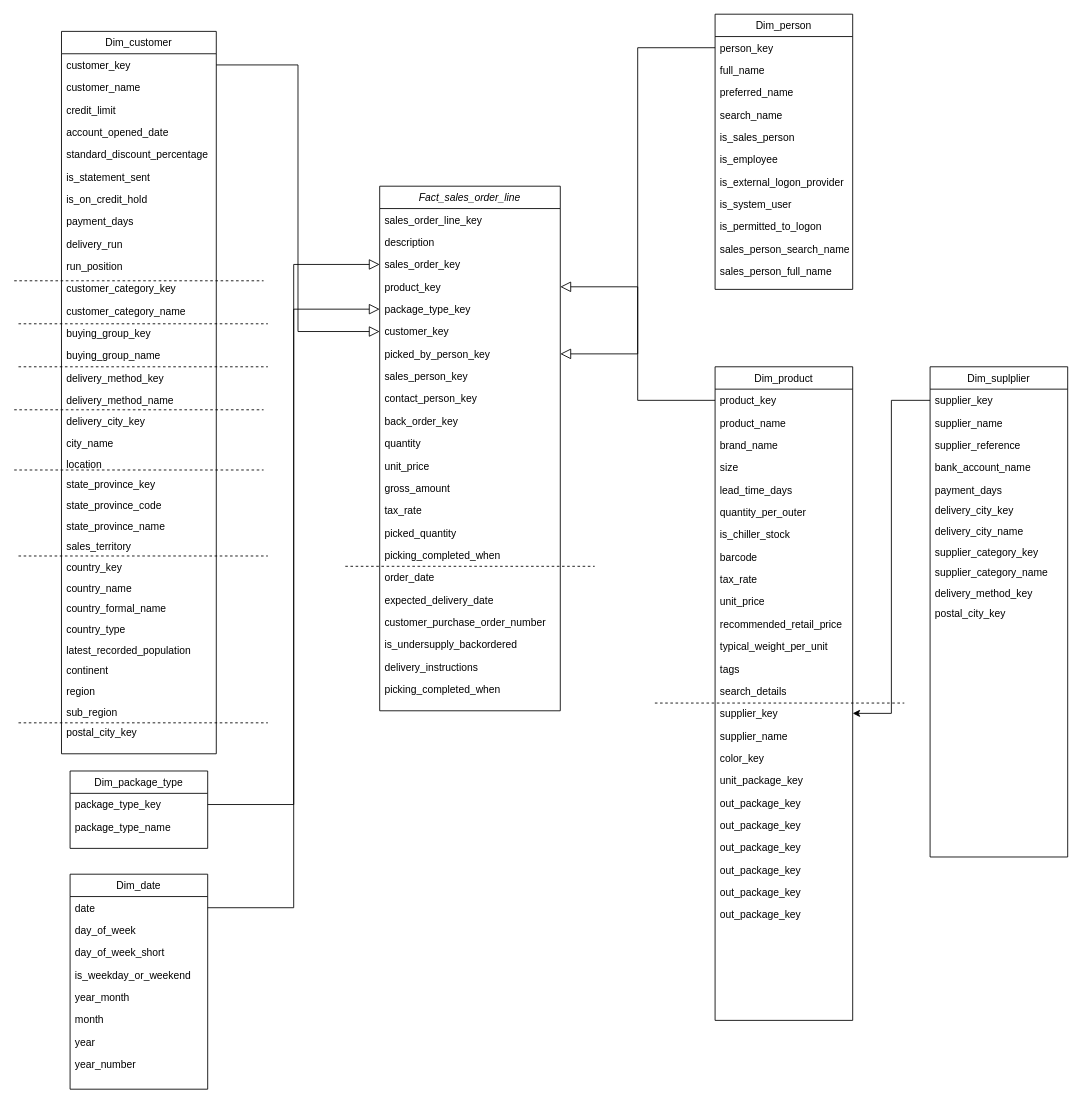
Before: Untitled Diagram.drawio in DucTran3110/data_warehouse_course, a draw.io diagram. Source tidied: cells renumbered, new cells numbered last; positions are measured from the earlier drawing's top-left corner, leaving out a move shared by most shapes. Both pictures are drawn from the tidied source at 86%, with x=0, y=0 at pixel (14, 14).
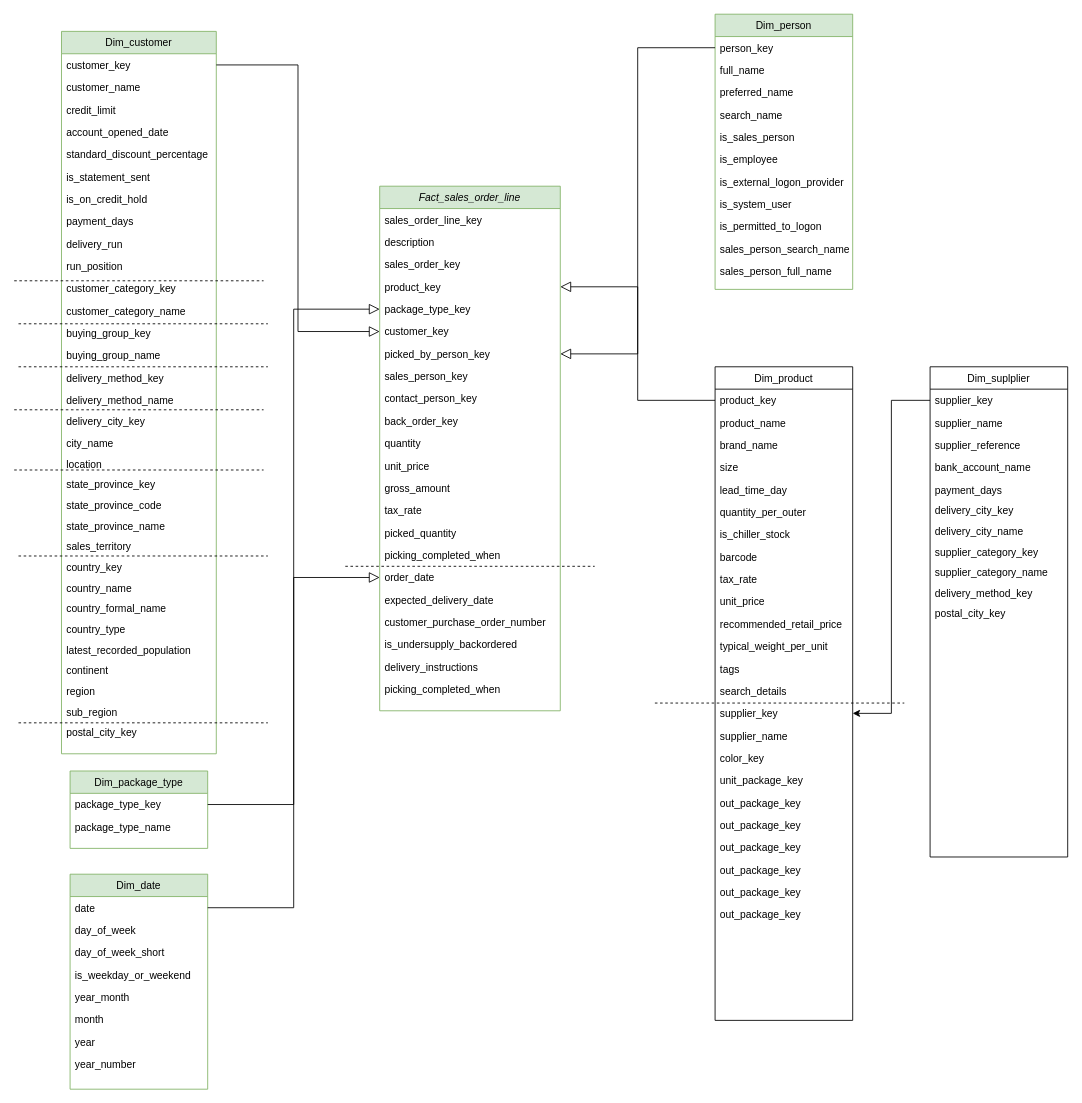
The same page after the edit.

Unchanged cells that the change refers to:
```xml
<mxCell id="5" value="sales_order_key" style="text;align=left;verticalAlign=top;spacingLeft=4;spacingRight=4;overflow=hidden;points=[[0,0.5],[1,0.5]];portConstraint=eastwest;rounded=0;shadow=0;html=0;" parent="2" vertex="1">
  <mxGeometry y="78" width="210" height="26" as="geometry" />
</mxCell>
<mxCell id="20" value="order_date" style="text;align=left;verticalAlign=top;spacingLeft=4;spacingRight=4;overflow=hidden;points=[[0,0.5],[1,0.5]];portConstraint=eastwest;rounded=0;shadow=0;html=0;" parent="2" vertex="1">
  <mxGeometry y="442" width="210" height="26" as="geometry" />
</mxCell>
<mxCell id="73" value="Dim_product" style="swimlane;fontStyle=0;align=center;verticalAlign=top;horizontal=1;startSize=26;rounded=0;shadow=0;strokeWidth=1;glass=0;sketch=0;" parent="1" vertex="1">
  <mxGeometry x="815" y="410" width="160" height="760" as="geometry" />
</mxCell>
<mxCell id="113" value="date" style="text;align=left;verticalAlign=top;spacingLeft=4;spacingRight=4;overflow=hidden;points=[[0,0.5],[1,0.5]];portConstraint=eastwest;" parent="112" vertex="1">
  <mxGeometry y="26" width="160" height="26" as="geometry" />
</mxCell>
```

Diff of the diagram source:
```diff
@@
-    <mxCell id="2" value="Fact_sales_order_line" style="swimlane;fontStyle=2;align=center;verticalAlign=top;horizontal=1;startSize=26;rounded=0;shadow=0;strokeWidth=1;swimlaneLine=1;" parent="1" vertex="1">
+    <mxCell id="2" value="Fact_sales_order_line" style="swimlane;fontStyle=2;align=center;verticalAlign=top;horizontal=1;startSize=26;rounded=0;shadow=0;strokeWidth=1;swimlaneLine=1;fillColor=#d5e8d4;strokeColor=#82b366;" parent="1" vertex="1">
       <mxGeometry x="425" y="200" width="210" height="610" as="geometry" />
     </mxCell>
@@
-    <mxCell id="26" value="Dim_customer" style="swimlane;fontStyle=0;align=center;verticalAlign=top;horizontal=1;startSize=26;rounded=0;shadow=0;strokeWidth=1;" parent="1" vertex="1">
+    <mxCell id="26" value="Dim_customer" style="swimlane;fontStyle=0;align=center;verticalAlign=top;horizontal=1;startSize=26;rounded=0;shadow=0;strokeWidth=1;fillColor=#d5e8d4;strokeColor=#82b366;" parent="1" vertex="1">
       <mxGeometry x="55" y="20" width="180" height="840" as="geometry" />
     </mxCell>
@@
-    <mxCell id="60" value="Dim_person" style="swimlane;fontStyle=0;align=center;verticalAlign=top;horizontal=1;startSize=26;rounded=0;shadow=0;strokeWidth=1;" parent="1" vertex="1">
+    <mxCell id="60" value="Dim_person" style="swimlane;fontStyle=0;align=center;verticalAlign=top;horizontal=1;startSize=26;rounded=0;shadow=0;strokeWidth=1;fillColor=#d5e8d4;strokeColor=#82b366;" parent="1" vertex="1">
       <mxGeometry x="815" width="160" height="320" as="geometry" />
     </mxCell>
@@
-    <mxCell id="78" value="lead_time_days" style="text;align=left;verticalAlign=top;spacingLeft=4;spacingRight=4;overflow=hidden;" parent="73" vertex="1">
+    <mxCell id="78" value="lead_time_day" style="text;align=left;verticalAlign=top;spacingLeft=4;spacingRight=4;overflow=hidden;" parent="73" vertex="1">
       <mxGeometry y="130" width="160" height="26" as="geometry" />
     </mxCell>
@@
-    <mxCell id="112" value="Dim_date" style="swimlane;fontStyle=0;align=center;verticalAlign=top;horizontal=1;startSize=26;rounded=0;shadow=0;strokeWidth=1;" parent="1" vertex="1">
+    <mxCell id="112" value="Dim_date" style="swimlane;fontStyle=0;align=center;verticalAlign=top;horizontal=1;startSize=26;rounded=0;shadow=0;strokeWidth=1;fillColor=#d5e8d4;strokeColor=#82b366;" parent="1" vertex="1">
       <mxGeometry x="65" y="1000" width="160" height="250" as="geometry" />
     </mxCell>
@@
-    <mxCell id="121" style="endArrow=block;endSize=10;endFill=0;shadow=0;strokeWidth=1;rounded=0;edgeStyle=elbowEdgeStyle;entryX=0;entryY=0.5;entryDx=0;entryDy=0;" parent="1" edge="1" source="113" target="5">
+    <mxCell id="121" style="endArrow=block;endSize=10;endFill=0;shadow=0;strokeWidth=1;rounded=0;edgeStyle=elbowEdgeStyle;entryX=0;entryY=0.5;entryDx=0;entryDy=0;" parent="1" edge="1" source="113" target="20">
       <mxGeometry relative="1" as="geometry" />
     </mxCell>
-    <mxCell id="122" value="Dim_package_type" style="swimlane;fontStyle=0;align=center;verticalAlign=top;horizontal=1;startSize=26;rounded=0;shadow=0;strokeWidth=1;" parent="1" vertex="1">
+    <mxCell id="122" value="Dim_package_type" style="swimlane;fontStyle=0;align=center;verticalAlign=top;horizontal=1;startSize=26;rounded=0;shadow=0;strokeWidth=1;fillColor=#d5e8d4;strokeColor=#82b366;" parent="1" vertex="1">
       <mxGeometry x="65" y="880" width="160" height="90" as="geometry" />
     </mxCell>
```
